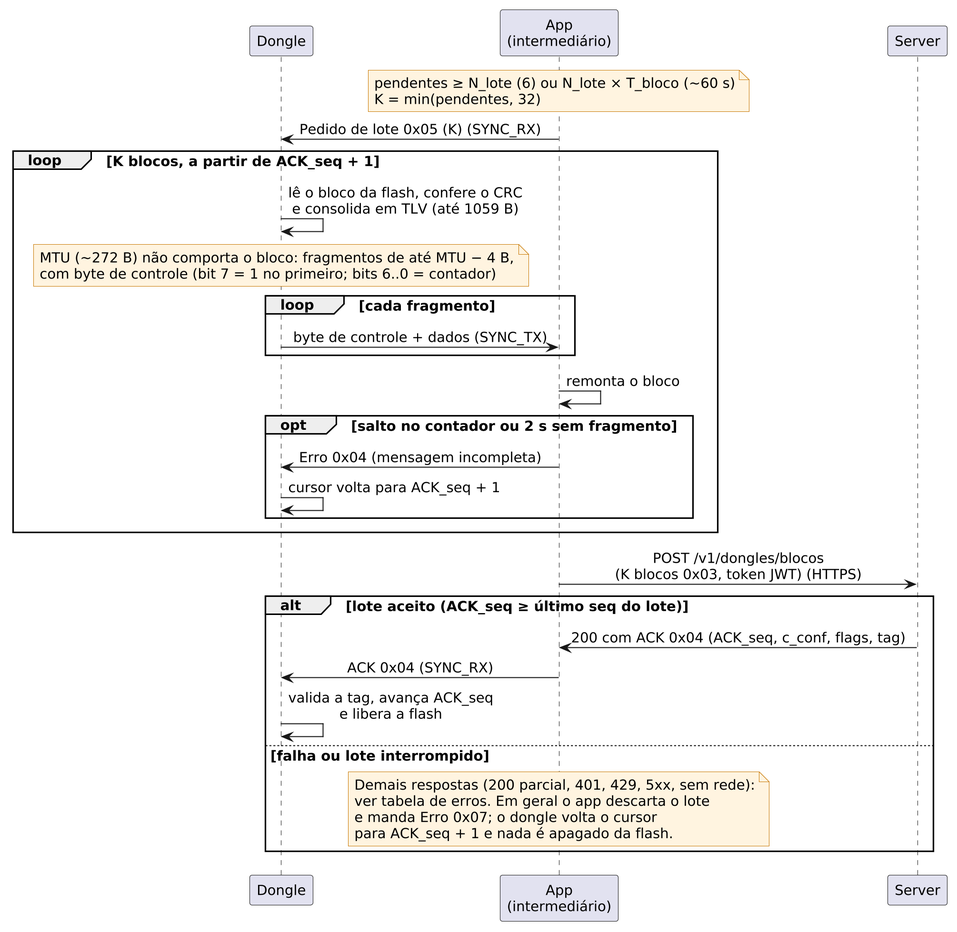
This is latex/assets/aux-docs/aquisicao-lote-sequencia.png from rodrigomarcolin/tccelta, a PlantUML export, as it was before one commit. Source of this version:
```plantuml
@startuml aquisicao-lote-sequencia
skinparam defaultFontSize 14
skinparam dpi 200
skinparam sequenceMessageAlign center
skinparam responseMessageBelowArrow true
skinparam noteBackgroundColor #FFF4E0
skinparam noteBorderColor #C77700

participant "Dongle" as D
participant "App\n(intermediário)" as A
participant "Server" as S

note over A
  pendentes ≥ N_lote (6) ou N_lote × T_bloco (~60 s)
  K = min(pendentes, 32)
end note

A -> D : Pedido de lote 0x05 (K) (SYNC_RX)

loop K blocos, a partir de ACK_seq + 1
  D -> D : lê o bloco da flash, confere o CRC\ne consolida em TLV (até 1059 B)
  note over D
    MTU (~272 B) não comporta o bloco: fragmentos de até MTU − 4 B,
    com byte de controle (bit 7 = 1 no primeiro; bits 6..0 = contador)
  end note
  loop cada fragmento
    D -> A : byte de controle + dados (SYNC_TX)
  end
  A -> A : remonta o bloco
  opt salto no contador ou 2 s sem fragmento
    A -> D : Erro 0x04 (mensagem incompleta)
    D -> D : cursor volta para ACK_seq + 1
  end
end

A -> S : POST /v1/dongles/blocos\n(K blocos 0x03, token JWT) (HTTPS)

alt lote aceito (ACK_seq ≥ último seq do lote)
  S -> A : 200 com ACK 0x04 (ACK_seq, c_conf, flags, tag)
  A -> D : ACK 0x04 (SYNC_RX)
  D -> D : valida a tag, avança ACK_seq\ne libera a flash
else falha ou lote interrompido
  note over A
    Demais respostas (200 parcial, 401, 429, 5xx, sem rede):
    ver tabela de erros. Em geral o app descarta o lote
    e manda Erro 0x07; o dongle volta o cursor
    para ACK_seq + 1 e nada é apagado da flash.
  end note
end
@enduml
```
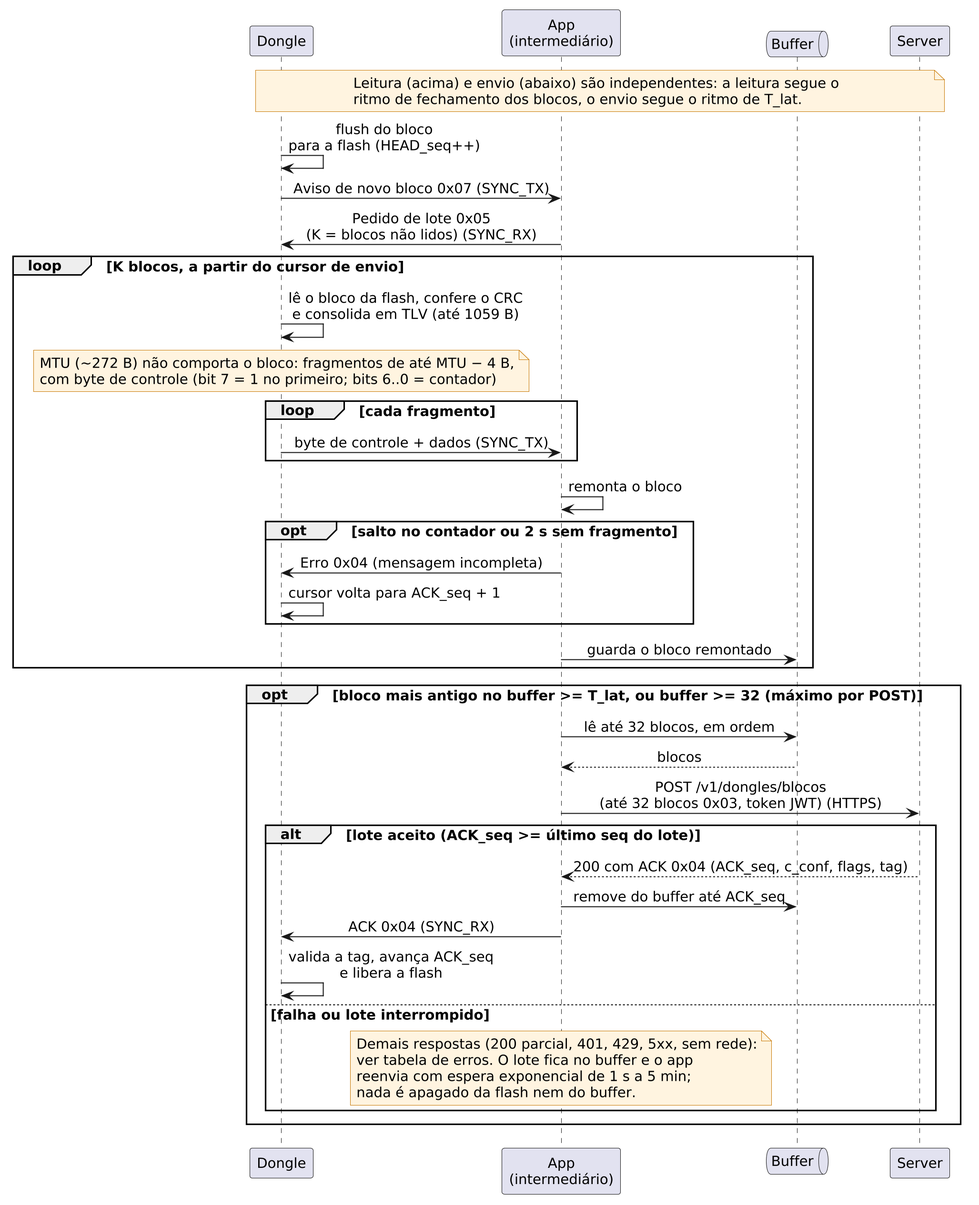
Above is the later version.

Commit message:
fix: new app-dongle communication for packages

Change to the diagram source:
```diff
@@ -8,16 +8,19 @@
 
 participant "Dongle" as D
 participant "App\n(intermediário)" as A
+queue "Buffer" as BUF
 participant "Server" as S
 
-note over A
-  pendentes ≥ N_lote (6) ou N_lote × T_bloco (~60 s)
-  K = min(pendentes, 32)
+note over D, S
+  Leitura (acima) e envio (abaixo) são independentes: a leitura segue o
+  ritmo de fechamento dos blocos, o envio segue o ritmo de T_lat.
 end note
 
-A -> D : Pedido de lote 0x05 (K) (SYNC_RX)
+D -> D : flush do bloco\npara a flash (HEAD_seq++)
+D -> A : Aviso de novo bloco 0x07 (SYNC_TX)
+A -> D : Pedido de lote 0x05\n(K = blocos não lidos) (SYNC_RX)
 
-loop K blocos, a partir de ACK_seq + 1
+loop K blocos, a partir do cursor de envio
   D -> D : lê o bloco da flash, confere o CRC\ne consolida em TLV (até 1059 B)
   note over D
     MTU (~272 B) não comporta o bloco: fragmentos de até MTU − 4 B,
@@ -31,20 +34,26 @@
     A -> D : Erro 0x04 (mensagem incompleta)
     D -> D : cursor volta para ACK_seq + 1
   end
+  A -> BUF : guarda o bloco remontado
 end
 
-A -> S : POST /v1/dongles/blocos\n(K blocos 0x03, token JWT) (HTTPS)
+opt bloco mais antigo no buffer >= T_lat, ou buffer >= 32 (máximo por POST)
+  A -> BUF : lê até 32 blocos, em ordem
+  BUF --> A : blocos
+  A -> S : POST /v1/dongles/blocos\n(até 32 blocos 0x03, token JWT) (HTTPS)
 
-alt lote aceito (ACK_seq ≥ último seq do lote)
-  S -> A : 200 com ACK 0x04 (ACK_seq, c_conf, flags, tag)
-  A -> D : ACK 0x04 (SYNC_RX)
-  D -> D : valida a tag, avança ACK_seq\ne libera a flash
-else falha ou lote interrompido
-  note over A
-    Demais respostas (200 parcial, 401, 429, 5xx, sem rede):
-    ver tabela de erros. Em geral o app descarta o lote
-    e manda Erro 0x07; o dongle volta o cursor
-    para ACK_seq + 1 e nada é apagado da flash.
-  end note
+  alt lote aceito (ACK_seq >= último seq do lote)
+    S --> A : 200 com ACK 0x04 (ACK_seq, c_conf, flags, tag)
+    A -> BUF : remove do buffer até ACK_seq
+    A -> D : ACK 0x04 (SYNC_RX)
+    D -> D : valida a tag, avança ACK_seq\ne libera a flash
+  else falha ou lote interrompido
+    note over A
+      Demais respostas (200 parcial, 401, 429, 5xx, sem rede):
+      ver tabela de erros. O lote fica no buffer e o app
+      reenvia com espera exponencial de 1 s a 5 min;
+      nada é apagado da flash nem do buffer.
+    end note
+  end
 end
 @enduml
```
